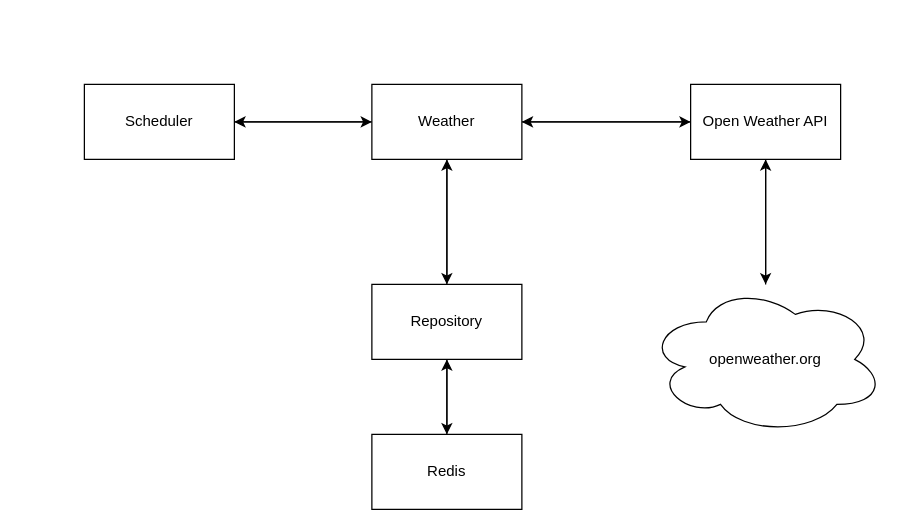
Earlier version of the draw.io diagram res/rest-feed-producer/SmartFeed - FeedProducer.drawio (AlessandroSpallina/SmartFeed). Source tidied: cells renumbered, new cells numbered last; positions are measured from the earlier drawing's top-left corner, leaving out a move shared by most shapes. Both pictures are drawn from the tidied source at 125%, with x=0, y=0 at pixel (84, 84).
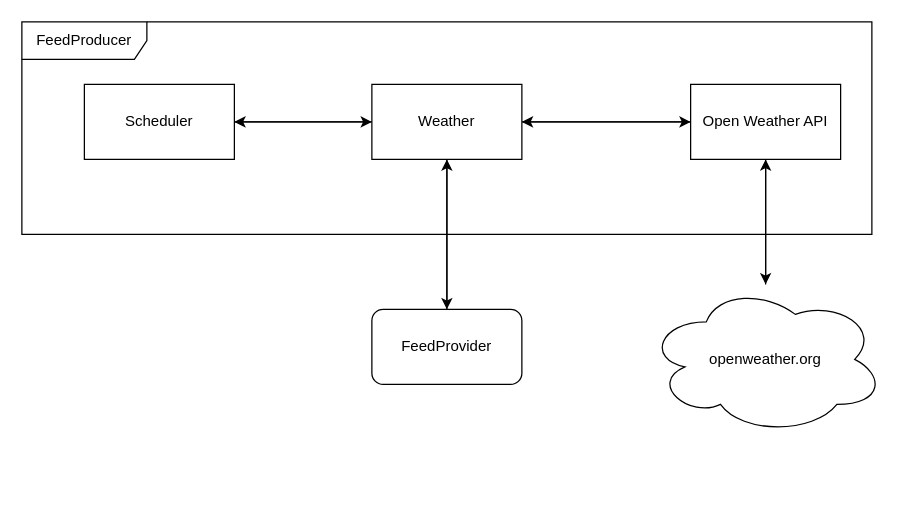
The same diagram, later.

Commit message (it also covers changes not shown here):
modified feedproducer architecture image

The edit, as a diff of the source:
```diff
@@
 <mxGraphModel>
   <root>
     <mxCell id="0" />
     <mxCell id="1" parent="0" />
     <mxCell id="2" style="edgeStyle=orthogonalEdgeStyle;rounded=0;jettySize=auto;html=1;" parent="1" edge="1" source="4" target="6">
       <mxGeometry relative="1" as="geometry" />
     </mxCell>
     <mxCell id="3" style="edgeStyle=orthogonalEdgeStyle;rounded=0;jettySize=auto;html=1;entryX=1;entryY=0.5;entryDx=0;entryDy=0;" parent="1" edge="1" source="4" target="10">
       <mxGeometry relative="1" as="geometry" />
     </mxCell>
     <mxCell id="4" value="Open Weather API" style="rounded=0;whiteSpace=wrap;html=1;" parent="1" vertex="1">
       <mxGeometry x="485" width="120" height="60" as="geometry" />
     </mxCell>
     <mxCell id="5" style="edgeStyle=orthogonalEdgeStyle;rounded=0;jettySize=auto;html=1;" parent="1" edge="1" source="6" target="4">
       <mxGeometry relative="1" as="geometry" />
     </mxCell>
     <mxCell id="6" value="openweather.org" style="ellipse;shape=cloud;whiteSpace=wrap;html=1;" parent="1" vertex="1">
       <mxGeometry x="450" y="160" width="190" height="120" as="geometry" />
     </mxCell>
-    <mxCell id="7" style="edgeStyle=orthogonalEdgeStyle;rounded=0;jettySize=auto;html=1;" parent="1" edge="1" source="10" target="13">
-      <mxGeometry relative="1" as="geometry" />
-    </mxCell>
     <mxCell id="8" style="edgeStyle=orthogonalEdgeStyle;rounded=0;jettySize=auto;html=1;" parent="1" edge="1" source="10" target="17">
       <mxGeometry relative="1" as="geometry" />
     </mxCell>
     <mxCell id="9" style="edgeStyle=orthogonalEdgeStyle;rounded=0;jettySize=auto;html=1;" parent="1" edge="1" source="10" target="4">
       <mxGeometry relative="1" as="geometry" />
     </mxCell>
+    <mxCell id="18" style="edgeStyle=orthogonalEdgeStyle;rounded=0;jettySize=auto;html=1;entryX=0.5;entryY=0;entryDx=0;entryDy=0;" parent="1" edge="1" source="10" target="21">
+      <mxGeometry relative="1" as="geometry" />
+    </mxCell>
     <mxCell id="10" value="Weather" style="rounded=0;whiteSpace=wrap;html=1;" parent="1" vertex="1">
       <mxGeometry x="230" width="120" height="60" as="geometry" />
     </mxCell>
-    <mxCell id="11" style="edgeStyle=orthogonalEdgeStyle;rounded=0;jettySize=auto;html=1;" parent="1" edge="1" source="13">
-      <mxGeometry relative="1" as="geometry">
-        <mxPoint x="290" y="60" as="targetPoint" />
-      </mxGeometry>
-    </mxCell>
-    <mxCell id="12" style="edgeStyle=orthogonalEdgeStyle;rounded=0;jettySize=auto;html=1;entryX=0.5;entryY=0;entryDx=0;entryDy=0;" parent="1" edge="1" source="13" target="15">
-      <mxGeometry relative="1" as="geometry" />
-    </mxCell>
-    <mxCell id="13" value="Repository" style="rounded=0;whiteSpace=wrap;html=1;" parent="1" vertex="1">
-      <mxGeometry x="230" y="160" width="120" height="60" as="geometry" />
-    </mxCell>
-    <mxCell id="14" style="edgeStyle=orthogonalEdgeStyle;rounded=0;jettySize=auto;html=1;" parent="1" edge="1" source="15" target="13">
-      <mxGeometry relative="1" as="geometry" />
-    </mxCell>
-    <mxCell id="15" value="Redis" style="rounded=0;whiteSpace=wrap;html=1;" parent="1" vertex="1">
-      <mxGeometry x="230" y="280" width="120" height="60" as="geometry" />
-    </mxCell>
     <mxCell id="16" style="edgeStyle=orthogonalEdgeStyle;rounded=0;jettySize=auto;html=1;" parent="1" edge="1" source="17" target="10">
       <mxGeometry relative="1" as="geometry" />
     </mxCell>
     <mxCell id="17" value="Scheduler" style="rounded=0;whiteSpace=wrap;html=1;" parent="1" vertex="1">
       <mxGeometry width="120" height="60" as="geometry" />
     </mxCell>
+    <mxCell id="19" value="FeedProducer" style="shape=umlFrame;whiteSpace=wrap;html=1;width=100;height=30;" parent="1" vertex="1">
+      <mxGeometry x="-50" y="-50" width="680" height="170" as="geometry" />
+    </mxCell>
+    <mxCell id="20" style="edgeStyle=orthogonalEdgeStyle;rounded=0;jettySize=auto;html=1;entryX=0.5;entryY=1;entryDx=0;entryDy=0;" parent="1" edge="1" source="21" target="10">
+      <mxGeometry relative="1" as="geometry" />
+    </mxCell>
+    <mxCell id="21" value="FeedProvider" style="rounded=1;whiteSpace=wrap;html=1;" parent="1" vertex="1">
+      <mxGeometry x="230" y="180" width="120" height="60" as="geometry" />
+    </mxCell>
   </root>
 </mxGraphModel>
```
